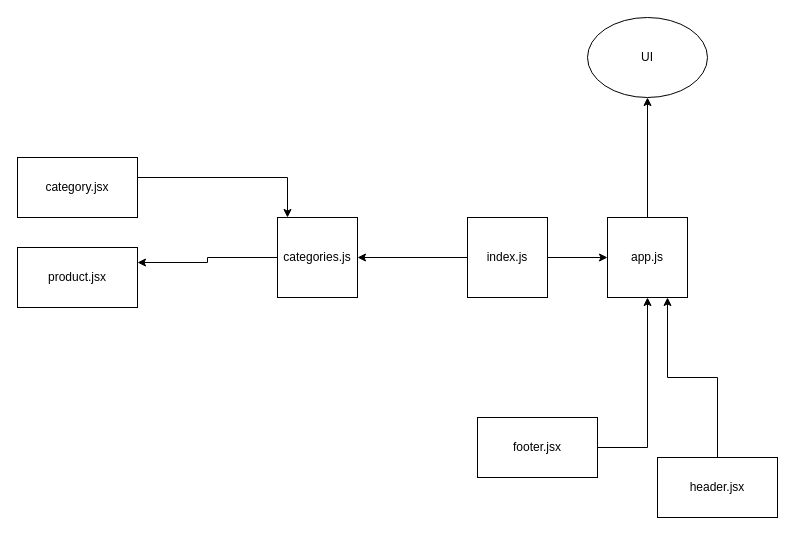
This is Untitled Diagram.drawio from emranaloul/storefront, a draw.io file, before an edit. Source tidied: cells renumbered, new cells numbered last; positions are measured from the earlier drawing's top-left corner, leaving out a move shared by most shapes. Both pictures are drawn from the tidied source at 100%, with x=0, y=0 at pixel (17, 17).
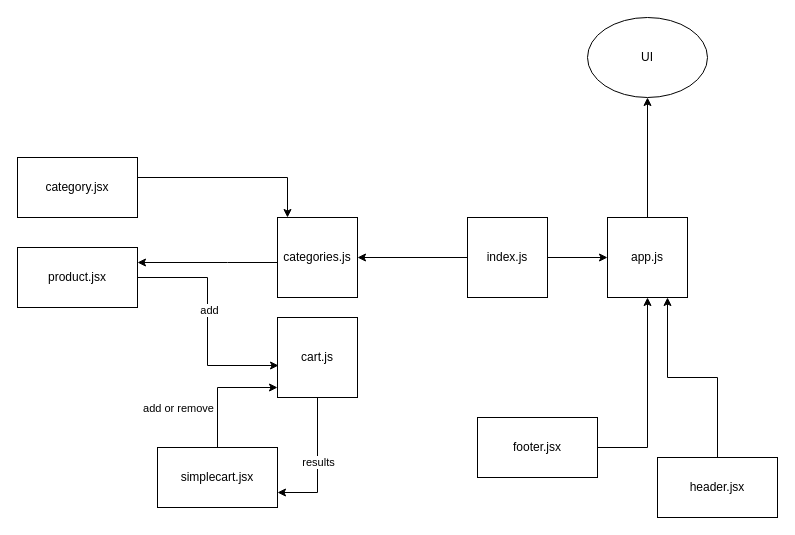
The same diagram, later.

The change refers to these unchanged cells:
```xml
<mxCell id="4" value="product.jsx" style="rounded=0;whiteSpace=wrap;html=1;" parent="1" vertex="1">
  <mxGeometry y="230" width="120" height="60" as="geometry" />
</mxCell>
<mxCell id="13" value="categories.js" style="whiteSpace=wrap;html=1;" parent="1" vertex="1">
  <mxGeometry x="260" y="200" width="80" height="80" as="geometry" />
</mxCell>
```

What changed in the source:
```diff
@@
+    <mxCell id="17" style="edgeStyle=orthogonalEdgeStyle;rounded=0;jettySize=auto;html=1;entryX=0.013;entryY=0.6;entryDx=0;entryDy=0;entryPerimeter=0;" parent="1" edge="1" source="4" target="24">
+      <mxGeometry relative="1" as="geometry" />
+    </mxCell>
+    <mxCell id="18" value="add" style="edgeLabel;html=1;align=center;verticalAlign=middle;" parent="17" vertex="1">
+      <mxGeometry x="-0.11" y="1" relative="1" as="geometry" />
+    </mxCell>
@@
     <mxCell id="12" style="edgeStyle=orthogonalEdgeStyle;rounded=0;jettySize=auto;html=1;entryX=1;entryY=0.25;entryDx=0;entryDy=0;" parent="1" edge="1" source="13" target="4">
-      <mxGeometry relative="1" as="geometry" />
+      <mxGeometry relative="1" as="geometry">
+        <Array as="points">
+          <mxPoint x="210" y="245" />
+          <mxPoint x="210" y="245" />
+        </Array>
+      </mxGeometry>
     </mxCell>
@@
+    <mxCell id="19" style="edgeStyle=orthogonalEdgeStyle;rounded=0;jettySize=auto;html=1;" parent="1" edge="1" source="21" target="24">
+      <mxGeometry relative="1" as="geometry">
+        <Array as="points">
+          <mxPoint x="200" y="370" />
+        </Array>
+      </mxGeometry>
+    </mxCell>
+    <mxCell id="20" value="add or remove" style="edgeLabel;html=1;align=center;verticalAlign=middle;" parent="19" vertex="1">
+      <mxGeometry x="-0.08" y="-1" relative="1" as="geometry">
+        <mxPoint x="-41" y="15" as="offset" />
+      </mxGeometry>
+    </mxCell>
+    <mxCell id="21" value="simplecart.jsx" style="rounded=0;whiteSpace=wrap;html=1;" parent="1" vertex="1">
+      <mxGeometry x="140" y="430" width="120" height="60" as="geometry" />
+    </mxCell>
+    <mxCell id="22" style="edgeStyle=orthogonalEdgeStyle;rounded=0;jettySize=auto;html=1;exitX=0.5;exitY=1;exitDx=0;exitDy=0;entryX=1;entryY=0.75;entryDx=0;entryDy=0;" parent="1" edge="1" source="24" target="21">
+      <mxGeometry relative="1" as="geometry" />
+    </mxCell>
+    <mxCell id="23" value="results" style="edgeLabel;html=1;align=center;verticalAlign=middle;" parent="22" vertex="1">
+      <mxGeometry x="-0.05" relative="1" as="geometry" />
+    </mxCell>
+    <mxCell id="24" value="cart.js" style="whiteSpace=wrap;html=1;" parent="1" vertex="1">
+      <mxGeometry x="260" y="300" width="80" height="80" as="geometry" />
+    </mxCell>
```
